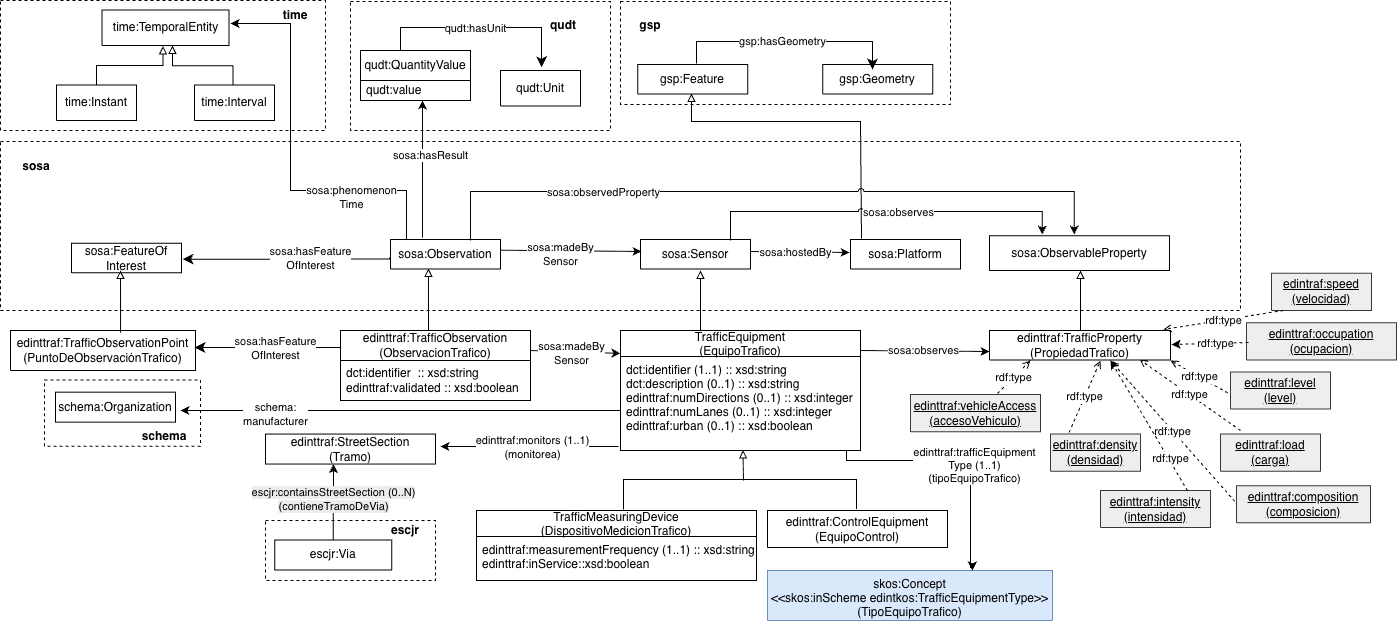
Above: documentation/images/diagrama-conceptual-sensors.png in oeg-upm/edint-ontologia-trafico (draw.io), before the change. Source tidied: cells renumbered, new cells last; positions are measured from the earlier drawing's top-left corner, leaving out a move shared by most shapes.
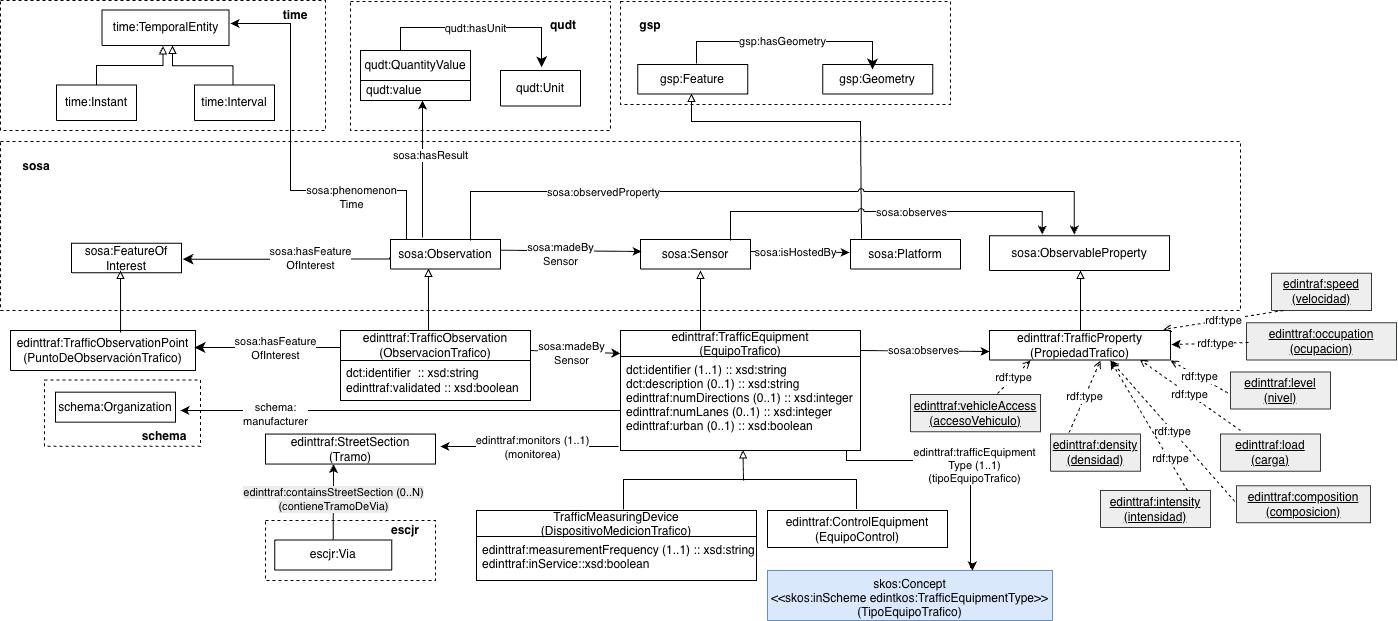
After the change.

What changed in the source:
```diff
@@ -168,7 +168,7 @@
     </mxCell>
     <mxCell id="40" value="sosa:observes" style="edgeLabel;html=1;align=center;verticalAlign=middle;" parent="39" vertex="1">
       <mxGeometry x="-0.03" y="1" relative="1" as="geometry">
-        <mxPoint x="20" y="1" as="offset" />
+        <mxPoint x="33" y="1" as="offset" />
       </mxGeometry>
     </mxCell>
     <mxCell id="41" style="endArrow=classic;html=1;rounded=0;entryX=-0.009;entryY=0.441;entryDx=0;entryDy=0;entryPerimeter=0;" parent="1" edge="1" target="20">
@@ -176,7 +176,7 @@
         <mxPoint x="750" y="251" as="sourcePoint" />
       </mxGeometry>
     </mxCell>
-    <mxCell id="42" value="sosa:hostedBy" style="edgeLabel;html=1;align=center;verticalAlign=middle;" parent="41" vertex="1">
+    <mxCell id="42" value="sosa:isHostedBy" style="edgeLabel;html=1;align=center;verticalAlign=middle;" parent="41" vertex="1">
       <mxGeometry x="-0.09" relative="1" as="geometry" />
     </mxCell>
     <mxCell id="43" style="edgeStyle=orthogonalEdgeStyle;rounded=0;jettySize=auto;html=1;entryX=0.471;entryY=-0.032;entryDx=0;entryDy=0;entryPerimeter=0;fontColor=#009900;strokeColor=light-dark(#000000,#000000);jumpStyle=arc;" parent="1" edge="1" target="11">
@@ -232,7 +232,7 @@
     <mxCell id="54" value="schema" style="text;html=1;whiteSpace=wrap;strokeColor=none;fillColor=none;align=center;verticalAlign=middle;rounded=0;fontStyle=1;fontSize=12;" parent="1" vertex="1">
       <mxGeometry x="134" y="425.7" width="60" height="20" as="geometry" />
     </mxCell>
-    <mxCell id="55" value="TrafficEquipment&#10;(EquipoTrafico)" style="swimlane;fontStyle=0;horizontal=1;startSize=26;fillColor=none;strokeColor=#000000;" parent="1" vertex="1">
+    <mxCell id="55" value="edinttraf:TrafficEquipment&#10;(EquipoTrafico)" style="swimlane;fontStyle=0;horizontal=1;startSize=26;fillColor=none;strokeColor=#000000;" parent="1" vertex="1">
       <mxGeometry x="620" y="330" width="240" height="120" as="geometry" />
     </mxCell>
     <mxCell id="56" value="dct:identifier (1..1) :: xsd:string&#10;dct:description (0..1) :: xsd:string&#10;edinttraf:numDirections (0..1) :: xsd:integer&#10;edinttraf:numLanes (0..1) :: xsd:integer&#10;edinttraf:urban (0..1) :: xsd:boolean&#10;" style="text;strokeColor=none;fillColor=none;align=left;verticalAlign=top;spacingLeft=4;spacingRight=4;overflow=visible;points=[[0,0.5],[1,0.5]];portConstraint=eastwest;imageAspect=0;imageHeight=24;" parent="55" vertex="1">
@@ -314,7 +314,7 @@
     <mxCell id="73" value="&lt;u&gt;edintraf:speed&lt;/u&gt;&lt;div&gt;&lt;u&gt;(velocidad)&lt;/u&gt;&lt;/div&gt;" style="verticalAlign=middle;align=center;vsdxID=334;shape=(stored shape, 160 characters);labelBackgroundColor=none;rounded=0;html=1;whiteSpace=wrap;fontSize=12;fillColor=#eeeeee;strokeColor=#36393d;" parent="1" vertex="1">
       <mxGeometry x="1271" y="272.8" width="100" height="37.1" as="geometry" />
     </mxCell>
-    <mxCell id="74" value="&lt;u&gt;edinttraf:level&lt;/u&gt;&lt;div&gt;&lt;u&gt;(level)&lt;/u&gt;&lt;/div&gt;" style="verticalAlign=middle;align=center;vsdxID=334;shape=(stored shape, 160 characters);labelBackgroundColor=none;rounded=0;html=1;whiteSpace=wrap;fontSize=12;fillColor=#eeeeee;strokeColor=#36393d;" parent="1" vertex="1">
+    <mxCell id="74" value="&lt;u&gt;edinttraf:level&lt;/u&gt;&lt;div&gt;&lt;u&gt;(nivel)&lt;/u&gt;&lt;/div&gt;" style="verticalAlign=middle;align=center;vsdxID=334;shape=(stored shape, 160 characters);labelBackgroundColor=none;rounded=0;html=1;whiteSpace=wrap;fontSize=12;fillColor=#eeeeee;strokeColor=#36393d;" parent="1" vertex="1">
       <mxGeometry x="1230" y="371.4" width="100" height="37.1" as="geometry" />
     </mxCell>
     <mxCell id="75" value="&lt;font style=&quot;font-size: 11px;&quot;&gt;rdf:type&lt;/font&gt;" style="endArrow=open;html=1;rounded=0;endFill=0;fontSize=12;dashed=1;entryX=0.829;entryY=0.984;entryDx=0;entryDy=0;entryPerimeter=0;" parent="1" edge="1" target="64">
@@ -394,7 +394,7 @@
     <mxCell id="90" style="endArrow=classic;html=1;rounded=0;endFill=1;endSize=6;startArrow=none;startFill=0;edgeStyle=orthogonalEdgeStyle;entryX=0.4;entryY=1;entryDx=0;entryDy=0;" parent="1" edge="1" source="93" target="47">
       <mxGeometry relative="1" as="geometry" />
     </mxCell>
-    <mxCell id="91" value="&lt;span style=&quot;text-align: left; background-color: rgb(236, 236, 236);&quot;&gt;&lt;font&gt;escjr:containsStreetSection (0..N)&lt;/font&gt;&lt;/span&gt;&lt;div&gt;&lt;span style=&quot;text-align: left; background-color: rgb(236, 236, 236);&quot;&gt;&lt;font&gt;(c&lt;/font&gt;&lt;/span&gt;&lt;span style=&quot;background-color: rgb(236, 236, 236); text-align: left; color: light-dark(rgb(0, 0, 0), rgb(255, 255, 255));&quot;&gt;ontieneTramoDeVia&lt;/span&gt;&lt;span style=&quot;background-color: rgb(236, 236, 236); text-align: left; color: light-dark(rgb(0, 0, 0), rgb(255, 255, 255));&quot;&gt;)&lt;/span&gt;&lt;/div&gt;" style="edgeLabel;html=1;align=center;verticalAlign=middle;" parent="90" vertex="1">
+    <mxCell id="91" value="&lt;span style=&quot;text-align: left; background-color: rgb(236, 236, 236);&quot;&gt;&lt;font&gt;edinttraf:containsStreetSection (0..N)&lt;/font&gt;&lt;/span&gt;&lt;div&gt;&lt;span style=&quot;text-align: left; background-color: rgb(236, 236, 236);&quot;&gt;&lt;font&gt;(c&lt;/font&gt;&lt;/span&gt;&lt;span style=&quot;background-color: rgb(236, 236, 236); text-align: left; color: light-dark(rgb(0, 0, 0), rgb(255, 255, 255));&quot;&gt;ontieneTramoDeVia&lt;/span&gt;&lt;span style=&quot;background-color: rgb(236, 236, 236); text-align: left; color: light-dark(rgb(0, 0, 0), rgb(255, 255, 255));&quot;&gt;)&lt;/span&gt;&lt;/div&gt;" style="edgeLabel;html=1;align=center;verticalAlign=middle;" parent="90" vertex="1">
       <mxGeometry x="-0.1" relative="1" as="geometry">
         <mxPoint y="-7" as="offset" />
       </mxGeometry>
```
